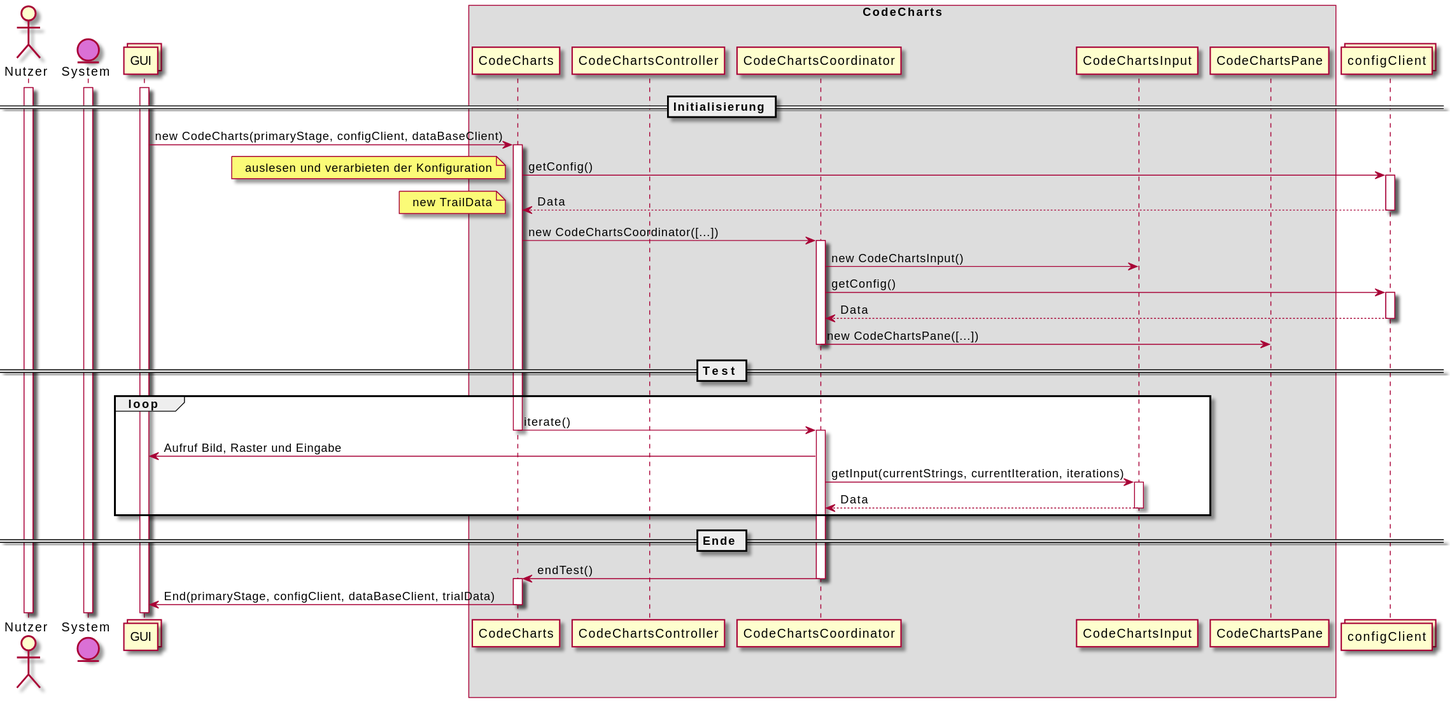
This is uml-sequence/codecharts/sequenz-codecharts.svg from weichware-10/dokumente, a PlantUML export, as it was before one commit.
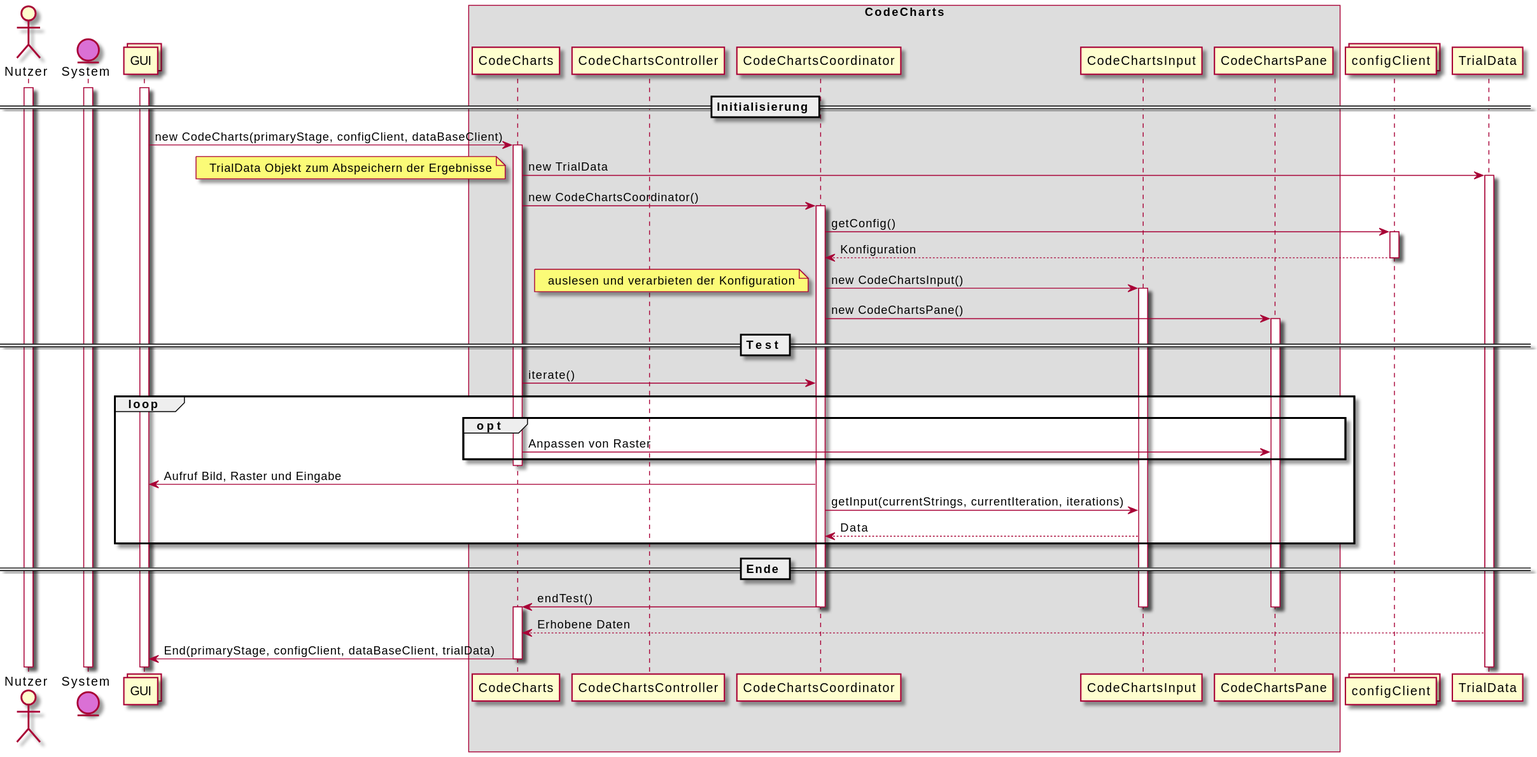
The same diagram one commit later.

Commit message:
[chore] rendered SVGs

What changed in the source:
```diff
@@ -14,7 +14,8 @@
 participant CodeChartsPane          as cp
 end box
 
-collections configClient          as c
+collections configClient            as c
+participant TrialData               as td
 
 activate n
 activate s
@@ -23,38 +24,41 @@
 == Initialisierung ==
 g -> cc : new CodeCharts(primaryStage, configClient, dataBaseClient)
 activate cc
-cc -> c : getConfig()
-note left : auslesen und verarbieten der Konfiguration
-activate c
-c --> cc : Data
-note left : new TrailData
-deactivate c
-cc -> co : new CodeChartsCoordinator([...])
+cc -> td : new TrialData
+activate td
+note left: TrialData Objekt zum Abspeichern der Ergebnisse
+cc -> co : new CodeChartsCoordinator()
 activate co
-co -> ci : new CodeChartsInput()
 co -> c : getConfig()
 activate c
-c --> co : Data
+c --> co : Konfiguration
 deactivate c
-co -> cp : new CodeChartsPane([...])
-deactivate co
+co -> ci : new CodeChartsInput()
+activate ci
+note left : auslesen und verarbieten der Konfiguration
+co -> cp : new CodeChartsPane()
+activate cp
 
 == Test ==
+cc -> co : iterate()
 loop
-    cc -> co : iterate()
+    opt
+        cc -> cp : Anpassen von Raster
+    end
     deactivate cc
     activate co
     co -> g : Aufruf Bild, Raster und Eingabe
     co -> ci : getInput(currentStrings, currentIteration, iterations)
-    activate ci
     ci --> co : Data
-    deactivate ci
 end
 
 == Ende ==
 co -> cc : endTest()
 deactivate co
+deactivate cp
+deactivate ci
 activate cc
+td --> cc : Erhobene Daten
 cc -> g : End(primaryStage, configClient, dataBaseClient, trialData)
 deactivate cc
 @enduml
```
